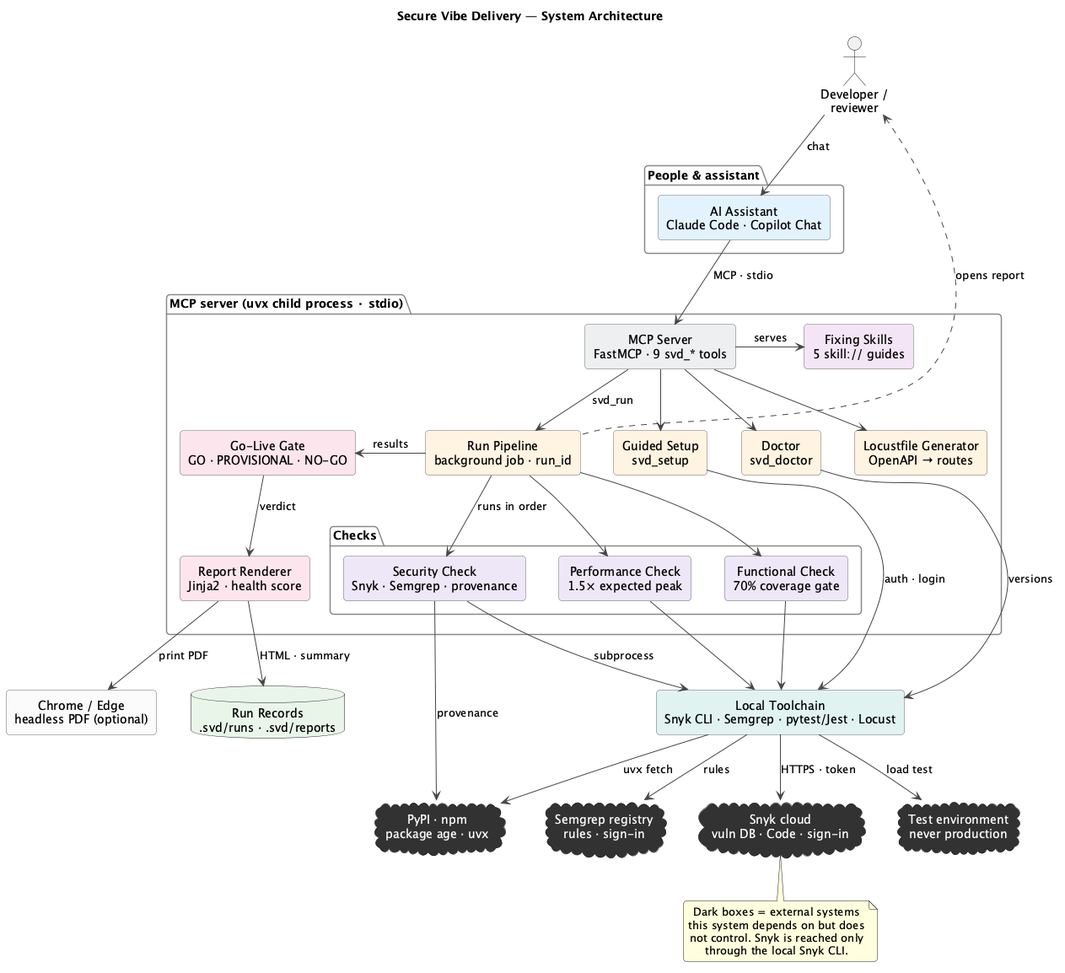
This is docs/architecture/system-diagram.png from t-labs-buy/secure-vibe-delivery, a PlantUML export, as it was before one commit. Source of this version:
```plantuml
@startuml system-diagram
title Secure Vibe Delivery — System Architecture

skinparam backgroundColor #FFFFFF
skinparam defaultTextAlignment center
skinparam shadowing false
skinparam roundcorner 8
skinparam nodesep 40
skinparam ranksep 55
skinparam rectangle {
  BorderColor #666666
}
skinparam cloud {
  BackgroundColor #333333
  FontColor #FFFFFF
  BorderColor #111111
}
skinparam package {
  BorderColor #888888
  FontStyle bold
}
skinparam ArrowColor #444444

actor "Developer /\nreviewer" as User

package "People & assistant" {
  rectangle "AI Assistant\nClaude Code · Copilot Chat" as AST #E3F2FD
}

package "MCP server (uvx child process · stdio)" {
  rectangle "MCP Server\nFastMCP · 9 svd_* tools" as MCP #ECEFF1
  rectangle "Fixing Skills\n5 skill:// guides" as SK #F3E5F5
  rectangle "Guided Setup\nsvd_setup" as SETUP #FFF3E0
  rectangle "Doctor\nsvd_doctor" as DOC #FFF3E0
  rectangle "Run Pipeline\nbackground job · run_id" as PIPE #FFF3E0
  rectangle "Locustfile Generator\nOpenAPI → routes" as LGEN #FFF3E0
  package "Checks" {
    rectangle "Security Check\nSnyk · Semgrep · provenance" as SEC #EDE7F6
    rectangle "Functional Check\n70% coverage gate" as FUN #EDE7F6
    rectangle "Performance Check\n1.5× expected peak" as PERF #EDE7F6
  }
  rectangle "Go-Live Gate\nGO · PROVISIONAL · NO-GO" as GATE #FCE4EC
  rectangle "Report Renderer\nJinja2 · health score" as REND #FCE4EC
}

rectangle "Local Toolchain\nSnyk CLI · Semgrep · pytest/Jest · Locust" as TOOLS #E0F2F1
database "Run Records\n.svd/runs · .svd/reports" as RUNS #E8F5E9
rectangle "Chrome / Edge\nheadless PDF (optional)" as CHROME #FAFAFA

cloud "Snyk cloud\nvuln DB · Code · sign-in" as SNYK
cloud "Semgrep registry\nrules · sign-in" as SGR
cloud "PyPI · npm\npackage age · uvx" as REG
cloud "Test environment\nnever production" as TEST

User -down-> AST : chat
AST -down-> MCP : MCP · stdio
MCP -right-> SK : serves
MCP -down-> SETUP
MCP -down-> DOC
MCP -down-> PIPE : svd_run
MCP -down-> LGEN
PIPE -down-> SEC : runs in order
PIPE -down-> FUN
PIPE -down-> PERF
PIPE -right-> GATE : results
GATE -down-> REND : verdict
SEC -down-> TOOLS : subprocess
FUN -down-> TOOLS
PERF -down-> TOOLS
SETUP -down-> TOOLS : auth · login
DOC -down-> TOOLS : versions
SEC -down-> REG : provenance
TOOLS -down-> SNYK : HTTPS · token
TOOLS -down-> SGR : rules
TOOLS -down-> REG : uvx fetch
TOOLS -down-> TEST : load test
REND -down-> CHROME : print PDF
REND -down-> RUNS : HTML · summary
PIPE .up.> User : opens report

note bottom of SNYK
  Dark boxes = external systems
  this system depends on but does
  not control. Snyk is reached only
  through the local Snyk CLI.
end note

@enduml
```
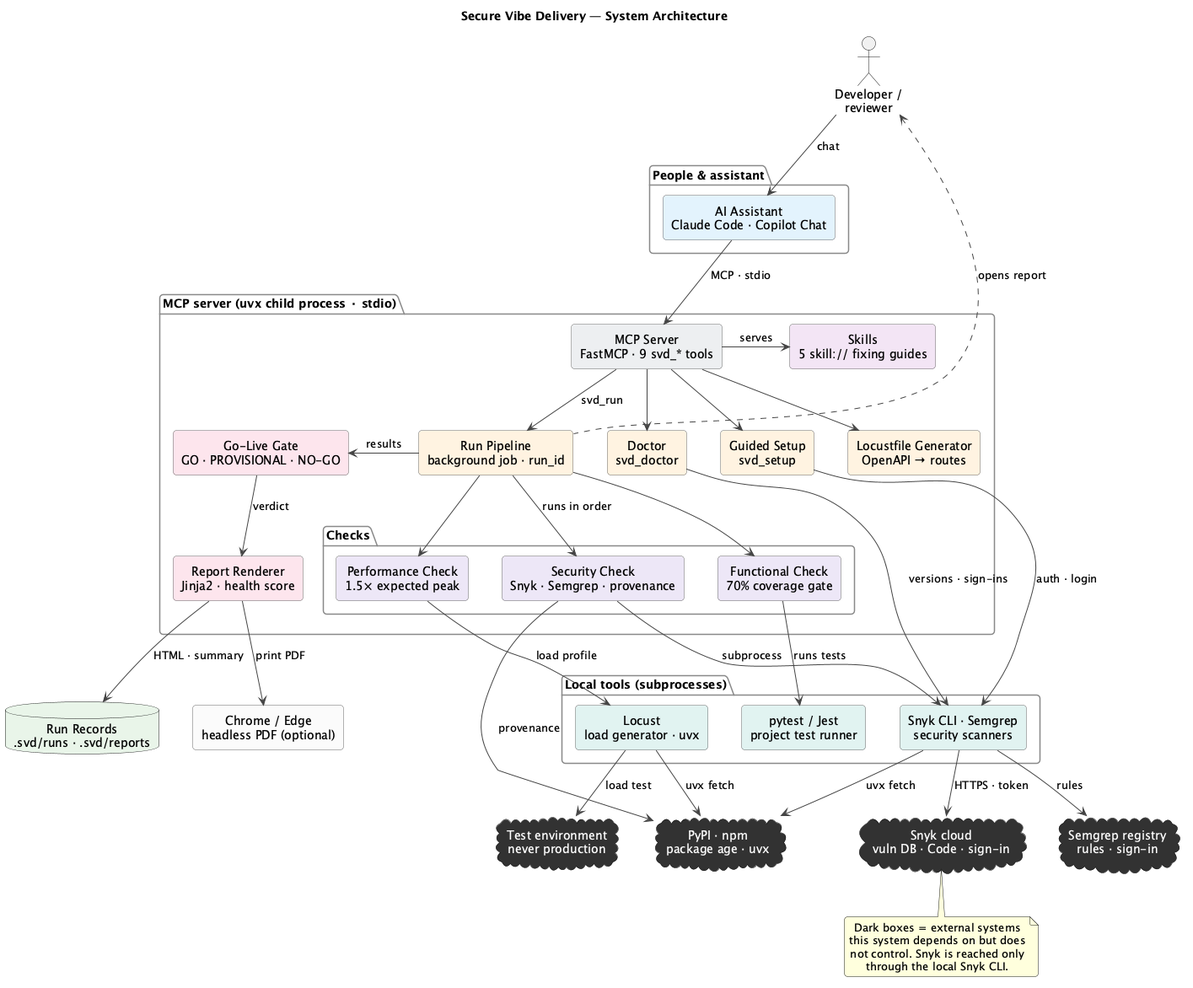
After the commit.

Commit message:
Docs: diagrams show each check's own local tool

The edit, as a diff of the source:
```diff
@@ -29,7 +29,7 @@
 
 package "MCP server (uvx child process · stdio)" {
   rectangle "MCP Server\nFastMCP · 9 svd_* tools" as MCP #ECEFF1
-  rectangle "Fixing Skills\n5 skill:// guides" as SK #F3E5F5
+  rectangle "Skills\n5 skill:// fixing guides" as SK #F3E5F5
   rectangle "Guided Setup\nsvd_setup" as SETUP #FFF3E0
   rectangle "Doctor\nsvd_doctor" as DOC #FFF3E0
   rectangle "Run Pipeline\nbackground job · run_id" as PIPE #FFF3E0
@@ -43,7 +43,11 @@
   rectangle "Report Renderer\nJinja2 · health score" as REND #FCE4EC
 }
 
-rectangle "Local Toolchain\nSnyk CLI · Semgrep · pytest/Jest · Locust" as TOOLS #E0F2F1
+package "Local tools (subprocesses)" {
+  rectangle "Snyk CLI · Semgrep\nsecurity scanners" as SCAN #E0F2F1
+  rectangle "pytest / Jest\nproject test runner" as PYT #E0F2F1
+  rectangle "Locust\nload generator · uvx" as LOC #E0F2F1
+}
 database "Run Records\n.svd/runs · .svd/reports" as RUNS #E8F5E9
 rectangle "Chrome / Edge\nheadless PDF (optional)" as CHROME #FAFAFA
 
@@ -64,16 +68,17 @@
 PIPE -down-> PERF
 PIPE -right-> GATE : results
 GATE -down-> REND : verdict
-SEC -down-> TOOLS : subprocess
-FUN -down-> TOOLS
-PERF -down-> TOOLS
-SETUP -down-> TOOLS : auth · login
-DOC -down-> TOOLS : versions
+SEC -down-> SCAN : subprocess
+FUN -down-> PYT : runs tests
+PERF -down-> LOC : load profile
+SETUP -down-> SCAN : auth · login
+DOC -down-> SCAN : versions · sign-ins
 SEC -down-> REG : provenance
-TOOLS -down-> SNYK : HTTPS · token
-TOOLS -down-> SGR : rules
-TOOLS -down-> REG : uvx fetch
-TOOLS -down-> TEST : load test
+SCAN -down-> SNYK : HTTPS · token
+SCAN -down-> SGR : rules
+SCAN -down-> REG : uvx fetch
+LOC -down-> REG : uvx fetch
+LOC -down-> TEST : load test
 REND -down-> CHROME : print PDF
 REND -down-> RUNS : HTML · summary
 PIPE .up.> User : opens report
```
